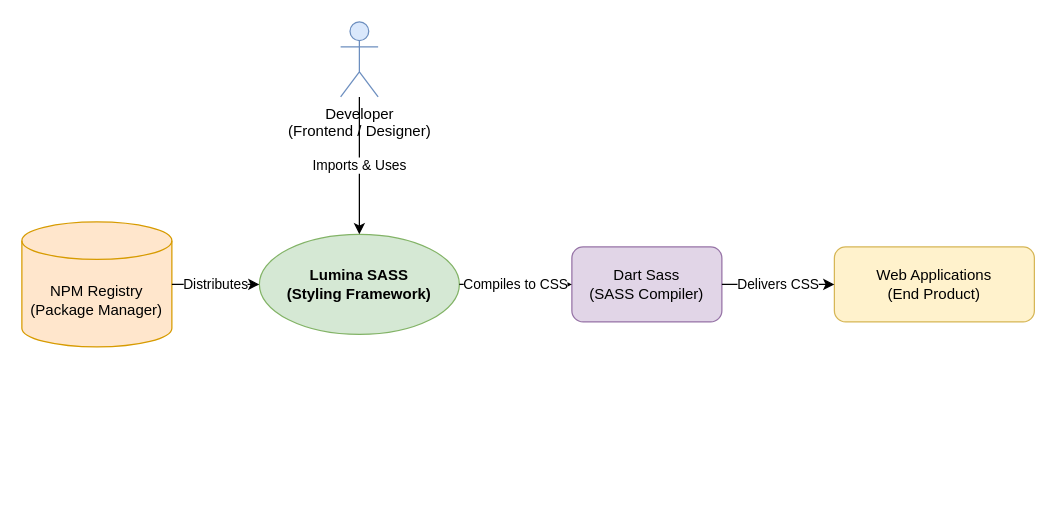
The draw.io diagram page "Context-diagram" (1 of 4) of docs/developer/diagram.drawio in NexusWeave/ux-lumina-sass, before the edit. Source tidied: cells renumbered, new cells numbered last; positions are measured from the earlier drawing's top-left corner, leaving out a move shared by most shapes. Both pictures are drawn from the tidied source at 125%, with x=0, y=0 at pixel (21, 21).
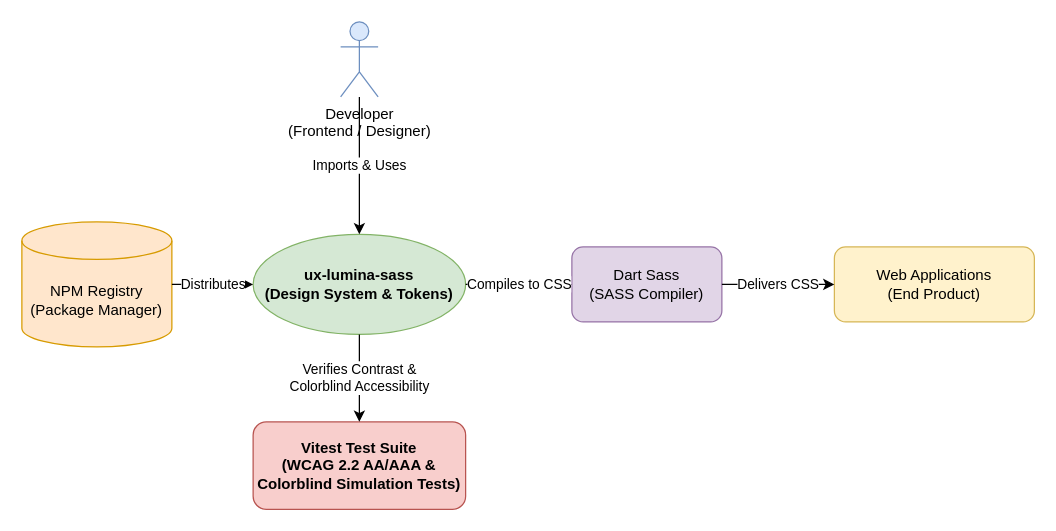
The same page after the edit.

Diff of the diagram source:
```diff
@@
 <mxGraphModel>
   <root>
     <mxCell id="0" />
     <mxCell id="1" parent="0" />
-    <mxCell id="2" value="Lumina SASS&#10;(Styling Framework)" style="ellipse;whiteSpace=wrap;html=1;fillColor=#d5e8d4;strokeColor=#82b366;fontStyle=1;" parent="1" vertex="1">
-      <mxGeometry x="190" y="170" width="160" height="80" as="geometry" />
+    <mxCell id="2" value="ux-lumina-sass&#10;(Design System &amp; Tokens)" style="ellipse;whiteSpace=wrap;html=1;fillColor=#d5e8d4;strokeColor=#82b366;fontStyle=1;" parent="1" vertex="1">
+      <mxGeometry x="185" y="170" width="170" height="80" as="geometry" />
     </mxCell>
+    <mxCell id="11" value="Vitest Test Suite&#10;(WCAG 2.2 AA/AAA &amp;&#10;Colorblind Simulation Tests)" style="rounded=1;whiteSpace=wrap;html=1;fillColor=#f8cecc;strokeColor=#b85450;fontStyle=1;" parent="1" vertex="1">
+      <mxGeometry x="185" y="320" width="170" height="70" as="geometry" />
+    </mxCell>
+    <mxCell id="12" value="Verifies Contrast &amp;&#10;Colorblind Accessibility" style="edgeStyle=orthogonalEdgeStyle;rounded=0;jettySize=auto;html=1;" parent="1" edge="1" source="2" target="11">
+      <mxGeometry relative="1" as="geometry" />
+    </mxCell>
     <mxCell id="3" value="Developer&#10;(Frontend / Designer)" style="shape=umlActor;verticalLabelPosition=bottom;verticalAlign=top;html=1;outlineConnect=0;fillColor=#dae8fc;strokeColor=#6c8ebf;" parent="1" vertex="1">
       <mxGeometry x="255" width="30" height="60" as="geometry" />
     </mxCell>
     <mxCell id="4" value="NPM Registry&#10;(Package Manager)" style="shape=cylinder3;whiteSpace=wrap;html=1;boundedLbl=1;backgroundOutline=1;size=15;fillColor=#ffe6cc;strokeColor=#d79b00;" parent="1" vertex="1">
       <mxGeometry y="160" width="120" height="100" as="geometry" />
     </mxCell>
     <mxCell id="5" value="Dart Sass&#10;(SASS Compiler)" style="rounded=1;whiteSpace=wrap;html=1;fillColor=#e1d5e7;strokeColor=#9673a6;" parent="1" vertex="1">
       <mxGeometry x="440" y="180" width="120" height="60" as="geometry" />
     </mxCell>
     <mxCell id="6" value="Web Applications&#10;(End Product)" style="rounded=1;whiteSpace=wrap;html=1;fillColor=#fff2cc;strokeColor=#d6b656;" parent="1" vertex="1">
       <mxGeometry x="650" y="180" width="160" height="60" as="geometry" />
     </mxCell>
     <mxCell id="7" value="Imports &amp; Uses" style="edgeStyle=orthogonalEdgeStyle;rounded=0;jettySize=auto;html=1;entryX=0.5;entryY=0;entryDx=0;entryDy=0;" parent="1" edge="1" source="3" target="2">
       <mxGeometry relative="1" as="geometry" />
     </mxCell>
     <mxCell id="8" value="Distributes" style="edgeStyle=orthogonalEdgeStyle;rounded=0;jettySize=auto;html=1;entryX=0;entryY=0.5;entryDx=0;entryDy=0;" parent="1" edge="1" source="4" target="2">
       <mxGeometry relative="1" as="geometry" />
     </mxCell>
     <mxCell id="9" value="Compiles to CSS" style="edgeStyle=orthogonalEdgeStyle;rounded=0;jettySize=auto;html=1;entryX=0;entryY=0.5;entryDx=0;entryDy=0;" parent="1" edge="1" source="2" target="5">
       <mxGeometry relative="1" as="geometry" />
     </mxCell>
     <mxCell id="10" value="Delivers CSS" style="edgeStyle=orthogonalEdgeStyle;rounded=0;jettySize=auto;html=1;entryX=0;entryY=0.5;entryDx=0;entryDy=0;" parent="1" edge="1" source="5" target="6">
       <mxGeometry relative="1" as="geometry" />
     </mxCell>
   </root>
 </mxGraphModel>
```
